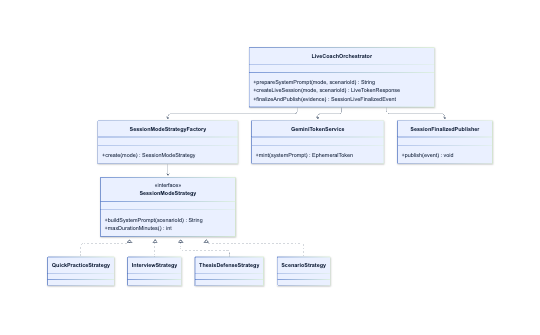
upc-pre-202620-si728-16365-thropic/talki-project-report keeps this Mermaid diagram as assets/diagrams/tactical/01-live-coaching-classes.png. Above is the earlier version. Its source is kept beside it as assets/diagrams/tactical/01-live-coaching-classes.mmd.
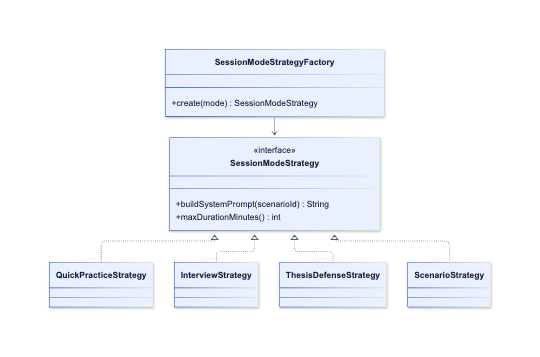
The same file after the commit.

Change to the diagram source:
```diff
@@ -1,9 +1,5 @@
 classDiagram
-    class LiveCoachOrchestrator {
-        +prepareSystemPrompt(mode, scenarioId) String
-        +createLiveSession(mode, scenarioId) LiveTokenResponse
-        +finalizeAndPublish(evidence) SessionLiveFinalizedEvent
-    }
+
     class SessionModeStrategyFactory {
         +create(mode) SessionModeStrategy
     }
@@ -16,17 +12,9 @@
     class InterviewStrategy
     class ThesisDefenseStrategy
     class ScenarioStrategy
-    class GeminiTokenService {
-        +mint(systemPrompt) EphemeralToken
-    }
-    class SessionFinalizedPublisher {
-        +publish(event) void
-    }
+
     SessionModeStrategy <|.. QuickPracticeStrategy
     SessionModeStrategy <|.. InterviewStrategy
     SessionModeStrategy <|.. ThesisDefenseStrategy
     SessionModeStrategy <|.. ScenarioStrategy
-    LiveCoachOrchestrator --> SessionModeStrategyFactory
     SessionModeStrategyFactory --> SessionModeStrategy
-    LiveCoachOrchestrator --> GeminiTokenService
-    LiveCoachOrchestrator --> SessionFinalizedPublisher
```
